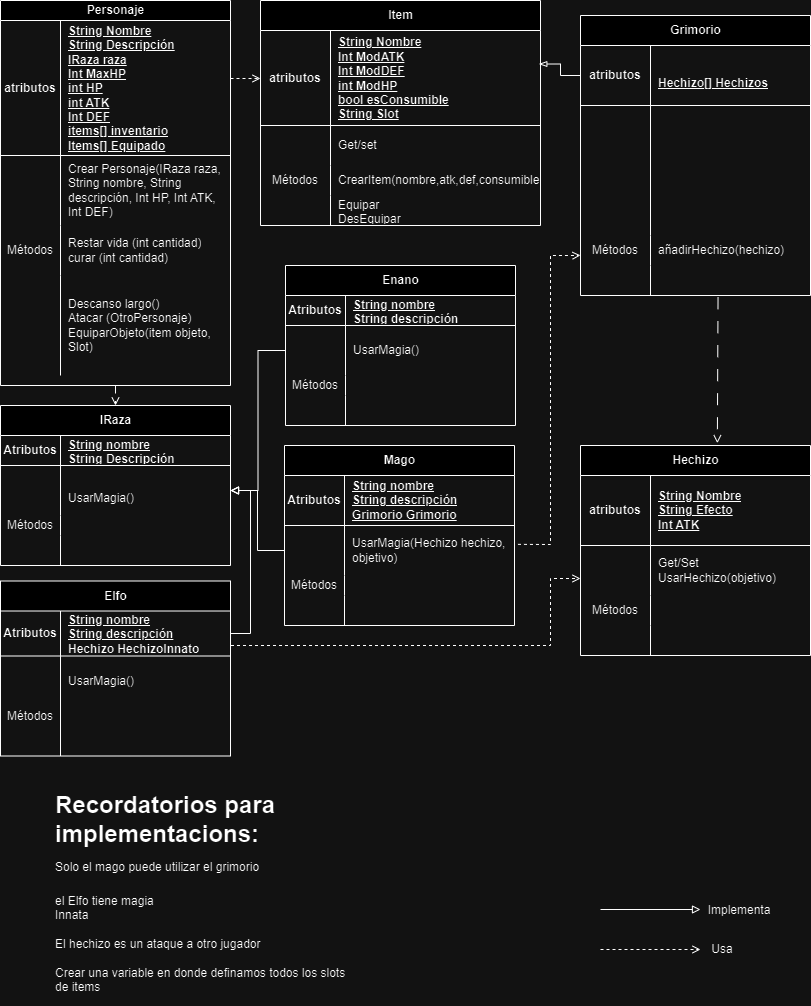
Leandro-Barral/PII_RoleplayGame_1_Start keeps this draw.io diagram as PII_RoleplayGame.drawio.png. Above is the earlier version. Source tidied: cells renumbered, new cells last; positions are measured from the earlier drawing's top-left corner, leaving out a move shared by most shapes.
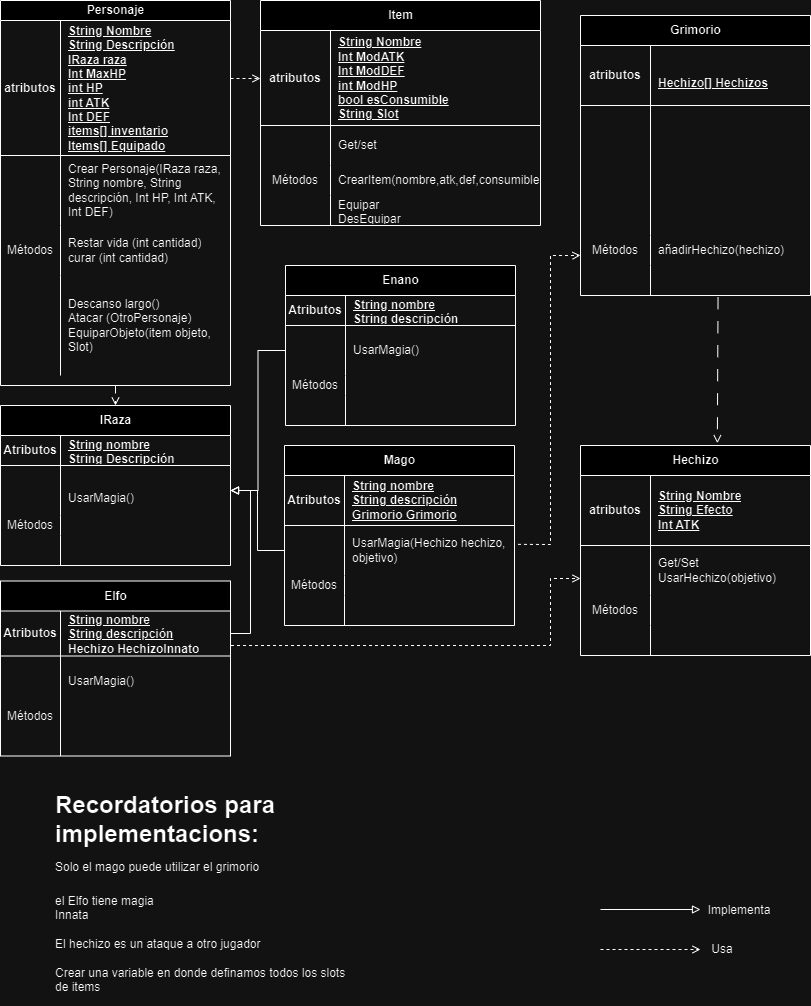
The same diagram one commit later.

Commit message:
Grimorio no implementa Item

What changed in the source:
```diff
@@ -274,9 +274,6 @@
         </Array>
       </mxGeometry>
     </mxCell>
-    <mxCell id="89" style="edgeStyle=orthogonalEdgeStyle;rounded=0;jettySize=auto;html=1;entryX=0.994;entryY=0.353;entryDx=0;entryDy=0;entryPerimeter=0;strokeColor=#000000;endArrow=blockThin;endFill=0;" parent="1" edge="1" source="43" target="30">
-      <mxGeometry relative="1" as="geometry" />
-    </mxCell>
     <mxCell id="90" value="Elfo" style="shape=table;startSize=30;rowLines=0;fontStyle=1;align=center;html=1;" parent="1" vertex="1">
       <mxGeometry y="580.5" width="230" height="175" as="geometry" />
     </mxCell>
```
